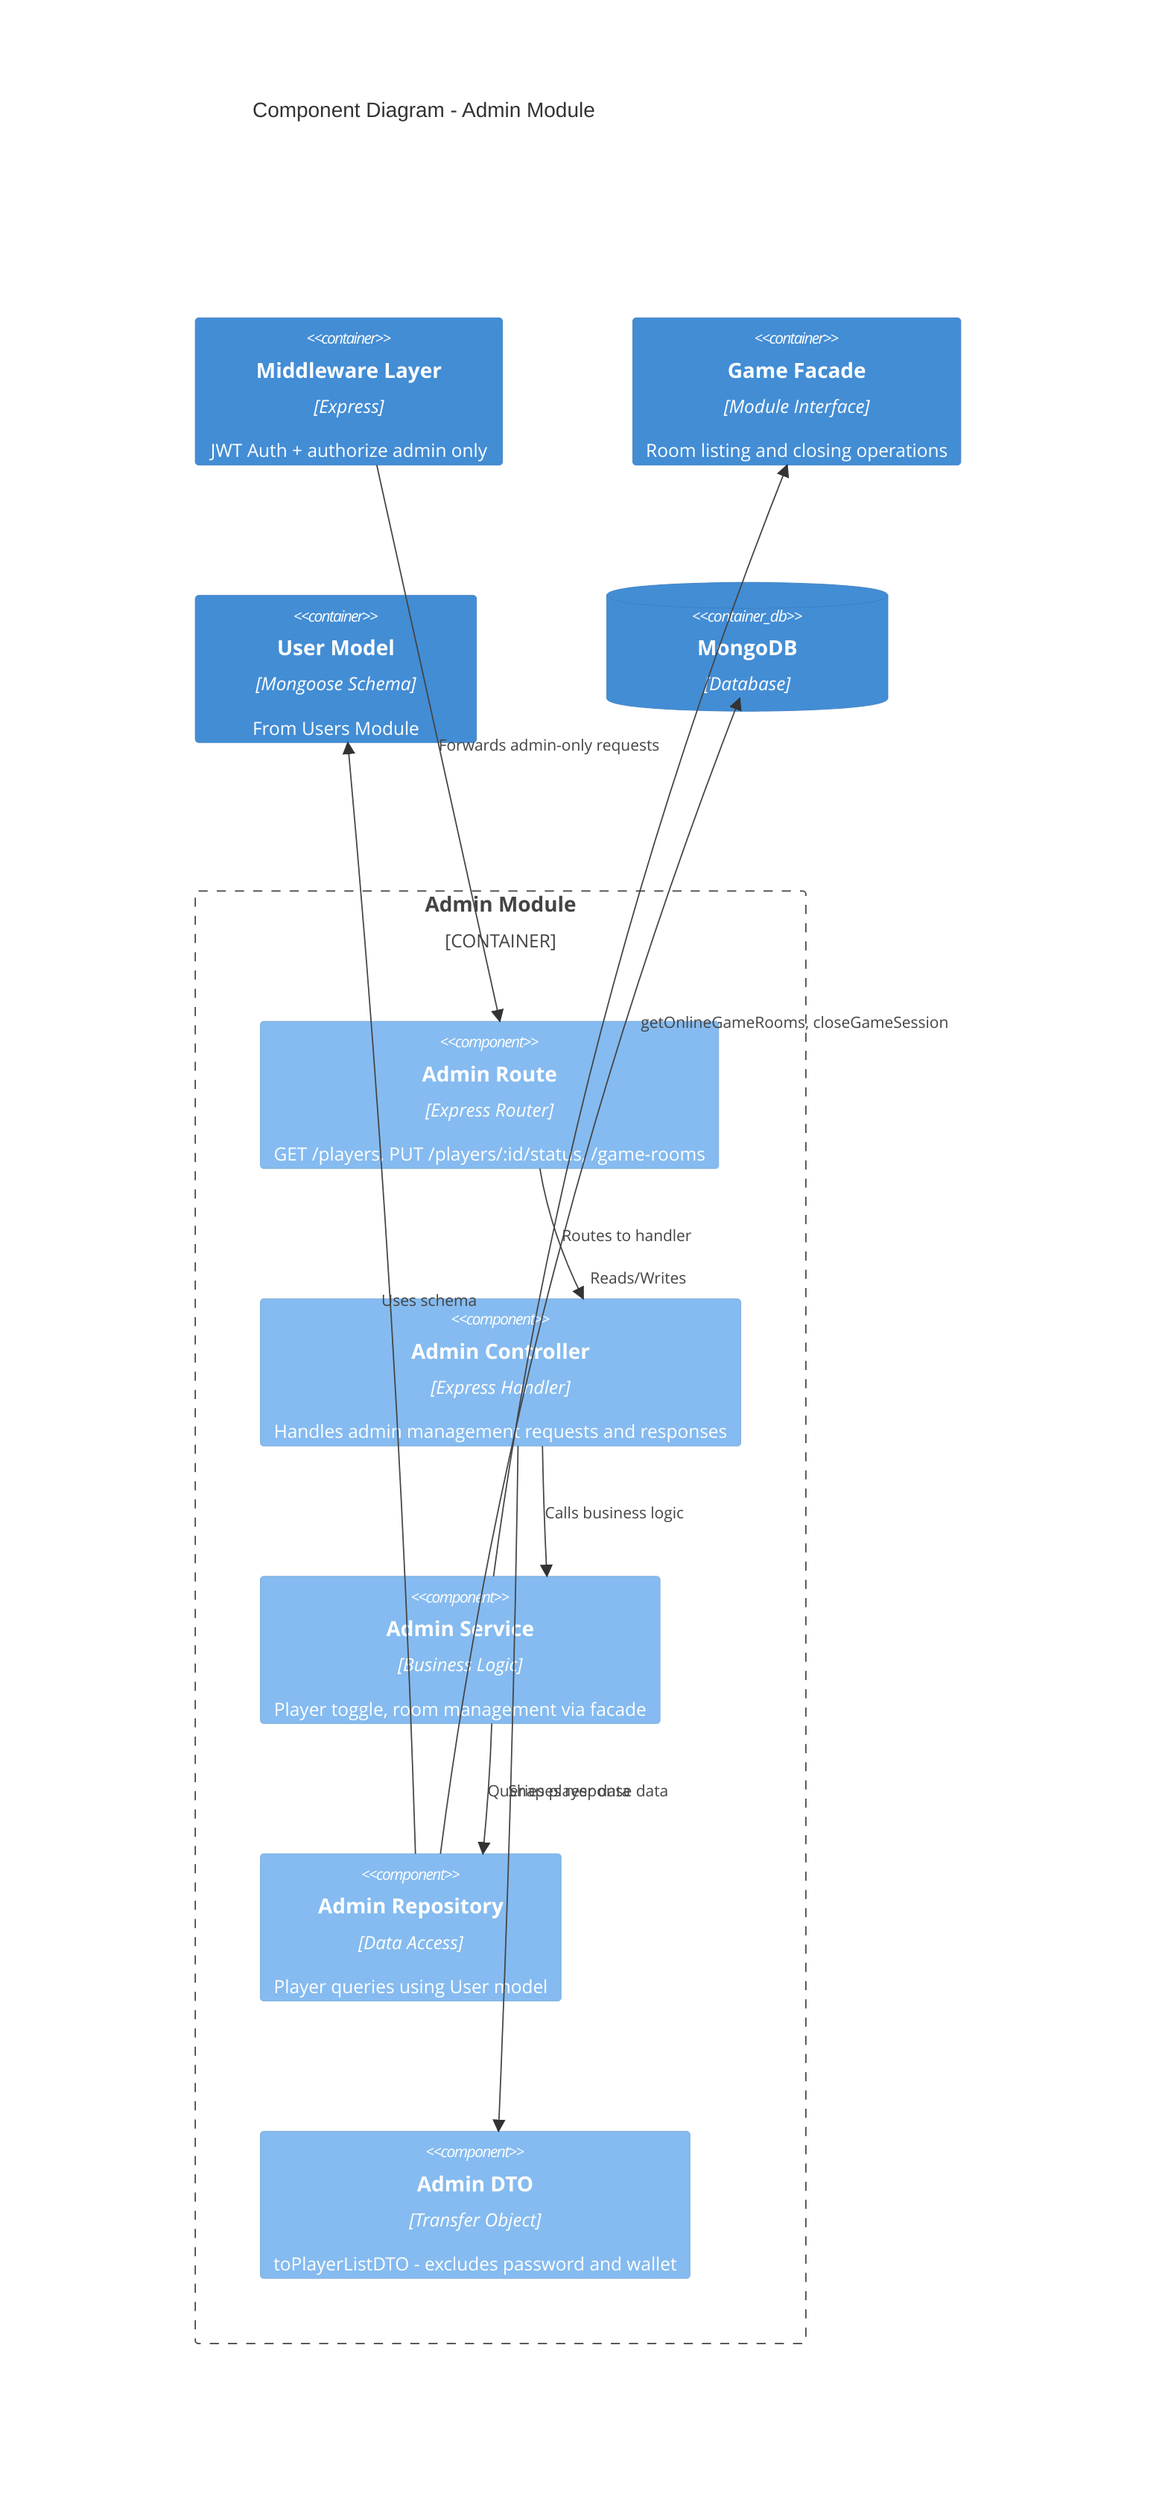
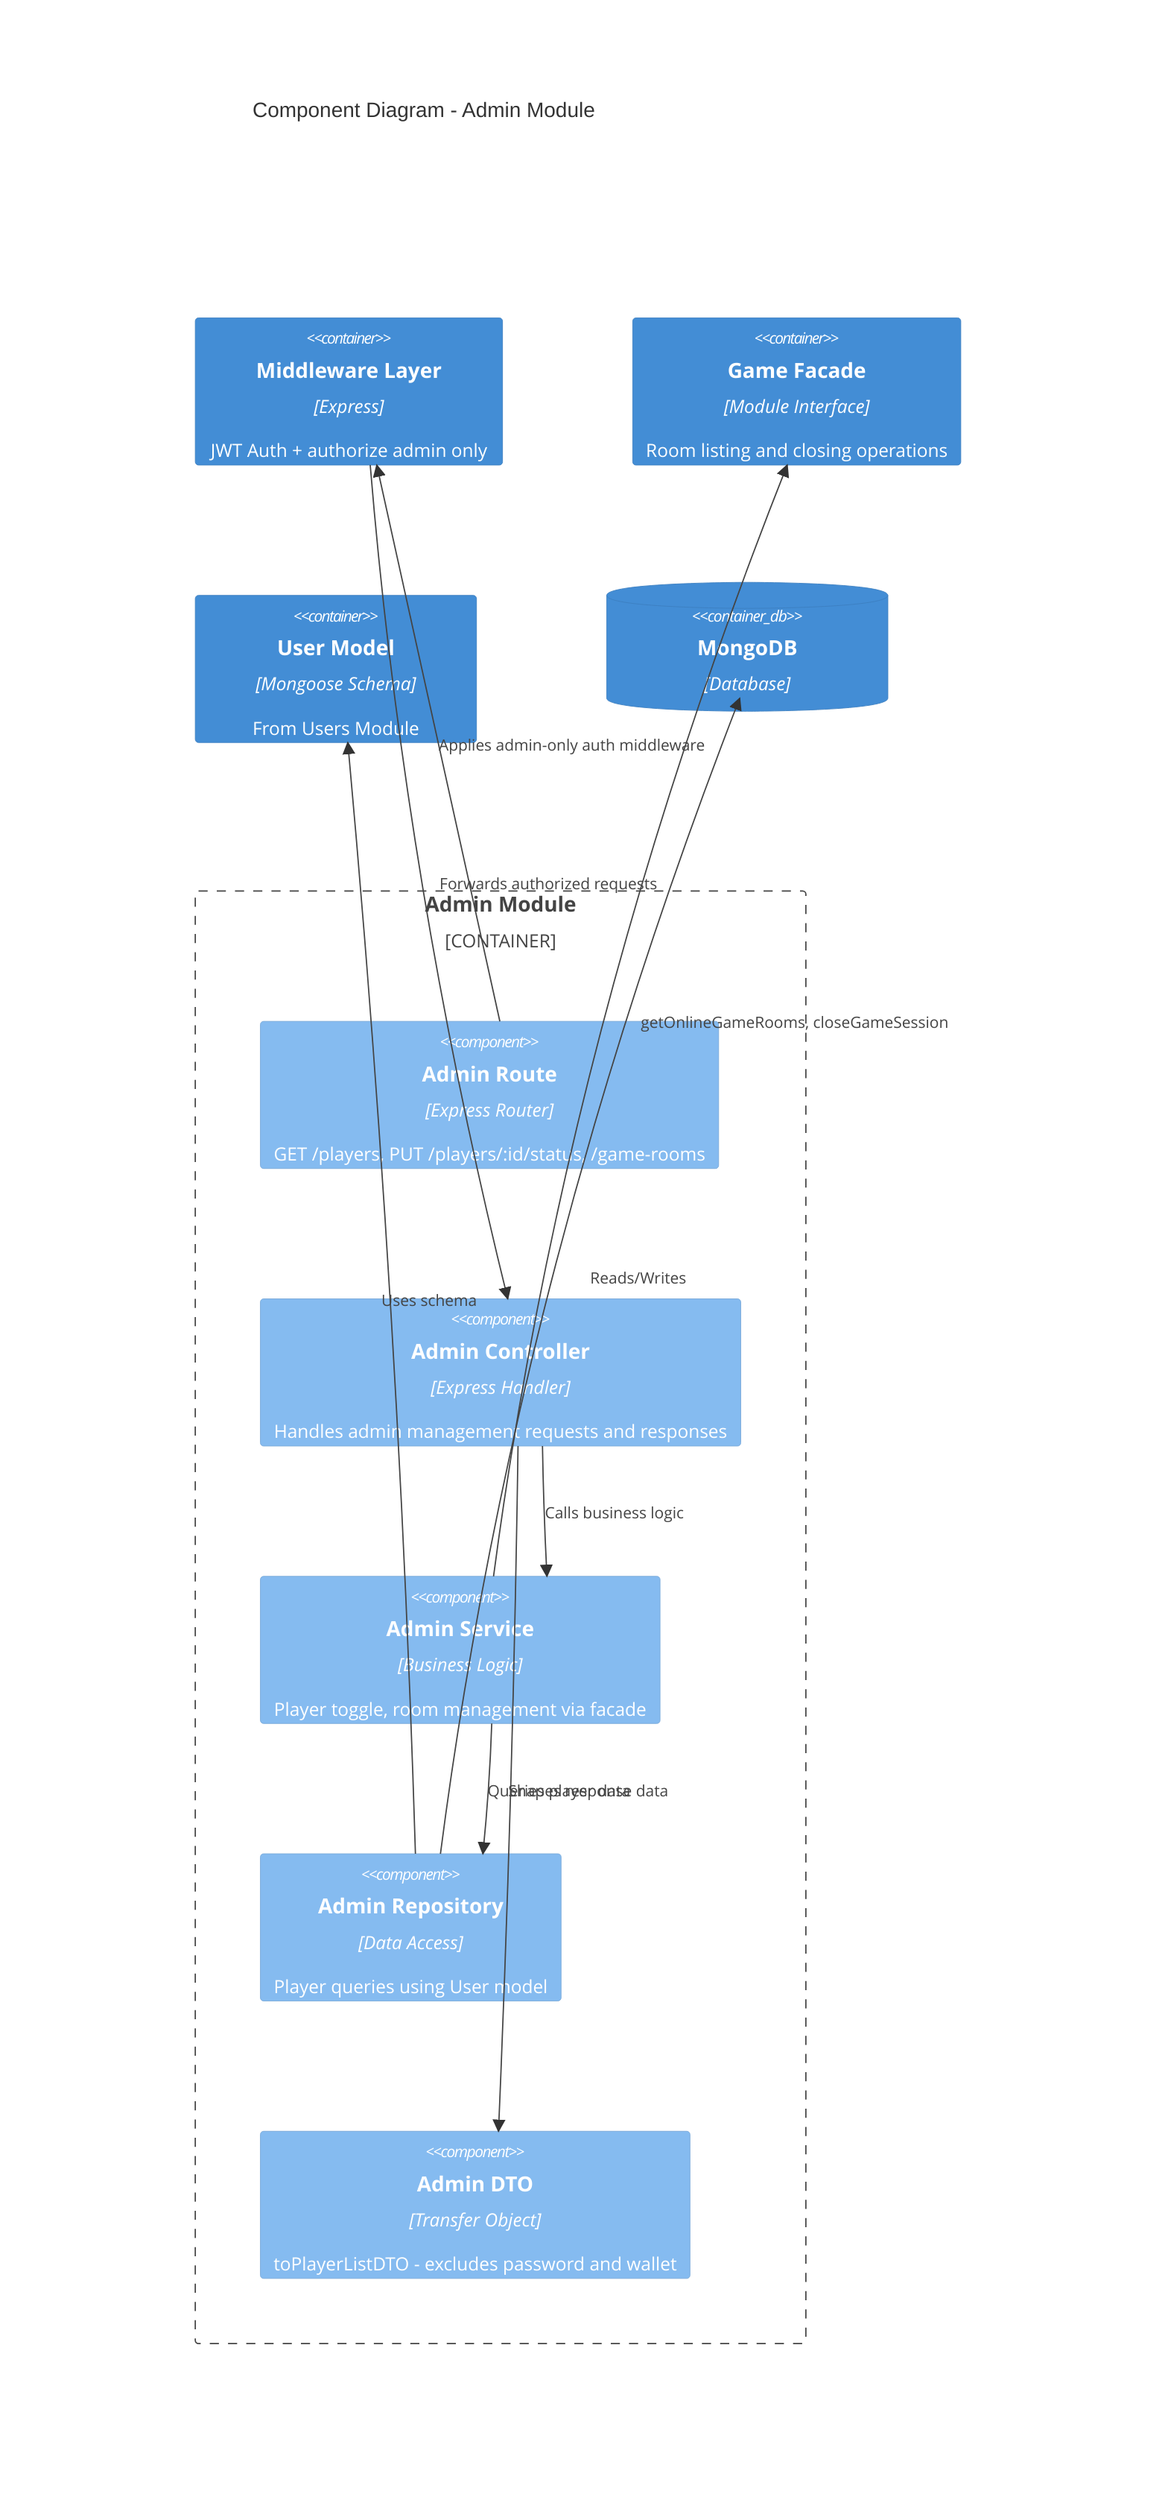
C4Component
    title Component Diagram - Admin Module

    Container(mw, "Middleware Layer", "Express", "JWT Auth + authorize admin only")

    Container_Boundary(admin, "Admin Module") {
        Component(route, "Admin Route", "Express Router", "GET /players, PUT /players/:id/status, /game-rooms")
        Component(controller, "Admin Controller", "Express Handler", "Handles admin management requests and responses")
        Component(service, "Admin Service", "Business Logic", "Player toggle, room management via facade")
        Component(repository, "Admin Repository", "Data Access", "Player queries using User model")
        Component(dto, "Admin DTO", "Transfer Object", "toPlayerListDTO - excludes password and wallet")
    }

    Container(gameFacade, "Game Facade", "Module Interface", "Room listing and closing operations")
    Container(userModel, "User Model", "Mongoose Schema", "From Users Module")
    ContainerDb(db, "MongoDB", "Database")

-     Rel(mw, route, "Forwards admin-only requests")
-     Rel(route, controller, "Routes to handler")
+     Rel(route, mw, "Applies admin-only auth middleware")
+     Rel(mw, controller, "Forwards authorized requests")
    Rel(controller, service, "Calls business logic")
    Rel(controller, dto, "Shapes response data")
    Rel(service, repository, "Queries player data")
    Rel(service, gameFacade, "getOnlineGameRooms, closeGameSession")
    Rel(repository, userModel, "Uses schema")
    Rel(repository, db, "Reads/Writes")
